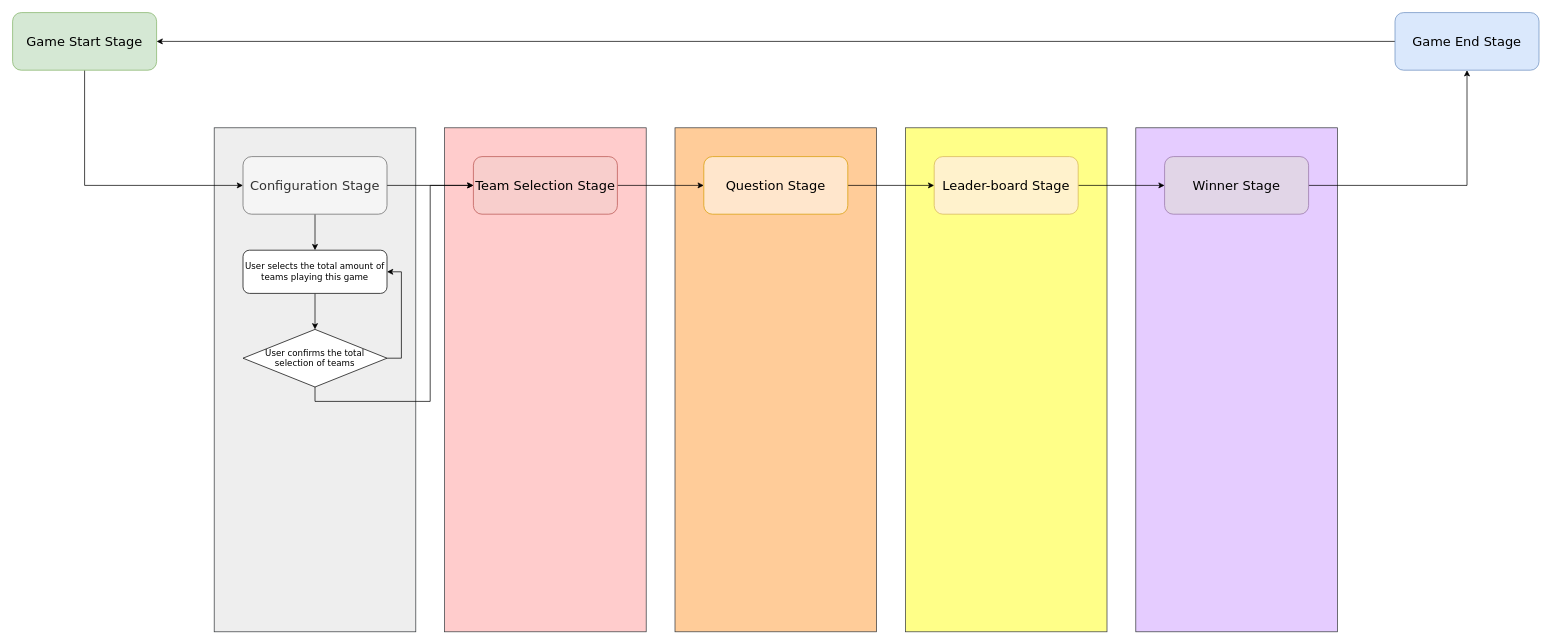
This is Dragon_Quest-Game_Design.drawio from Aviator2276/Dragon_Quest_Game, a draw.io file, before an edit. Source tidied: cells renumbered, new cells numbered last; positions are measured from the earlier drawing's top-left corner, leaving out a move shared by most shapes. Both pictures are drawn from the tidied source at 72%, with x=0, y=0 at pixel (12, 12).
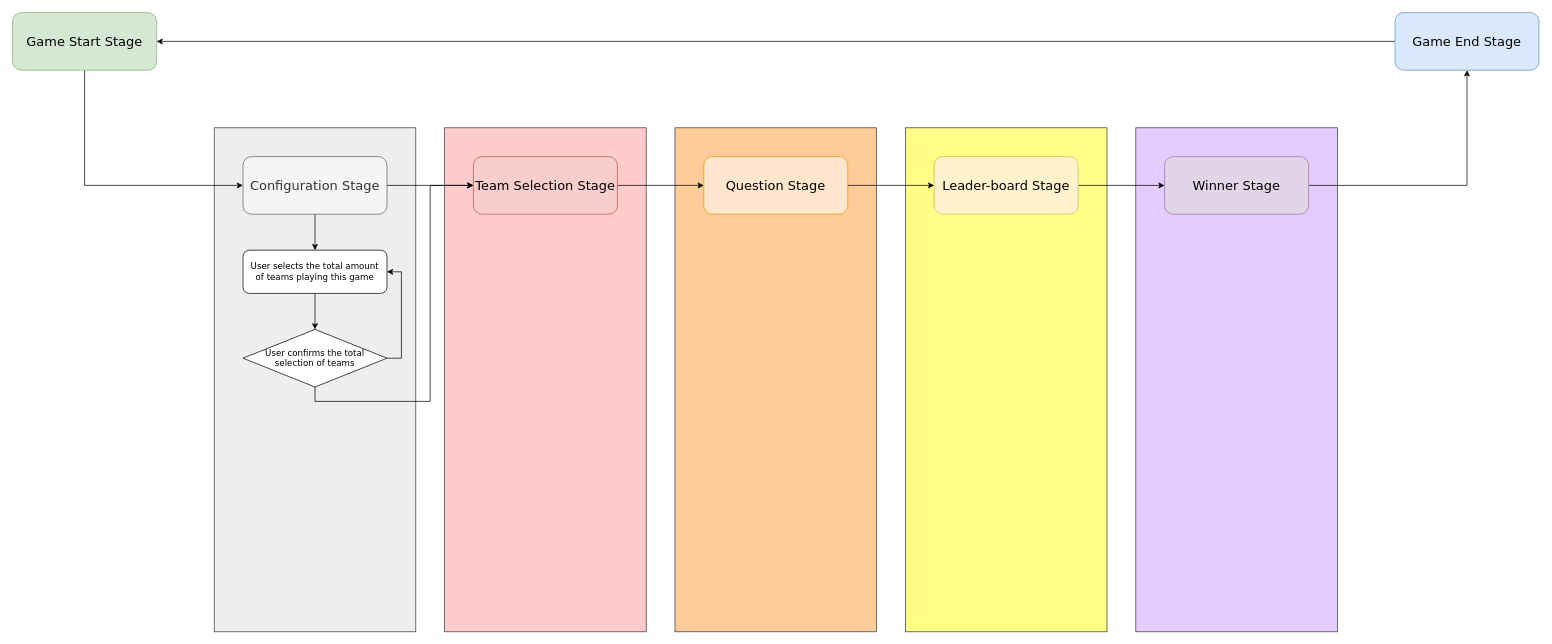
The same diagram, later.

What changed in the source:
```diff
@@
-    <mxCell id="26" value="User selects the total amount of teams playing this game" style="rounded=1;whiteSpace=wrap;html=1;fontFamily=Verdana;" parent="1" vertex="1">
+    <mxCell id="26" value="&lt;div&gt;User selects the total amount&lt;/div&gt;&lt;div&gt;of teams playing this game&lt;/div&gt;" style="rounded=1;whiteSpace=wrap;html=1;fontFamily=Verdana;" parent="1" vertex="1">
       <mxGeometry x="320" y="330" width="200" height="60" as="geometry" />
     </mxCell>
```
